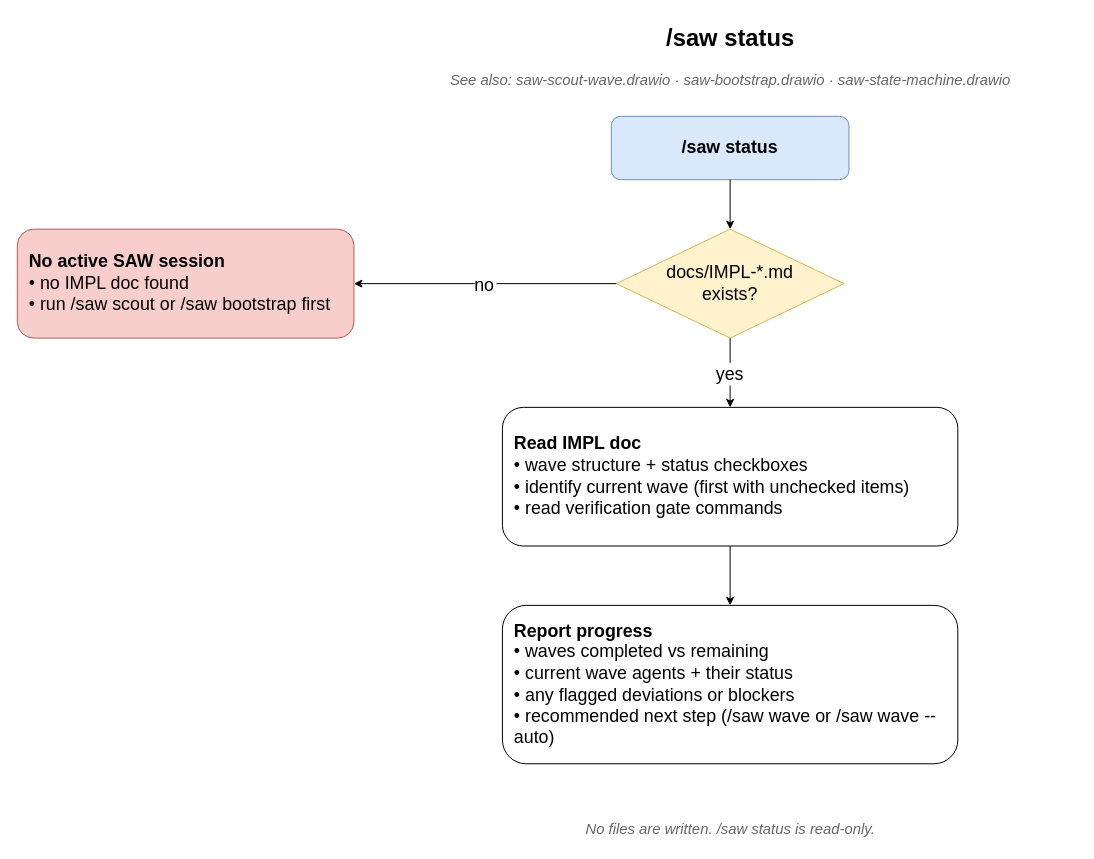
blackwell-systems/scout-and-wave keeps this draw.io diagram as assets/diagrams/polywave-status.drawio. Above is the earlier version. Source tidied: cells renumbered, new cells numbered last; positions are measured from the earlier drawing's top-left corner, leaving out a move shared by most shapes. Both pictures are drawn from the tidied source at 99%, with x=0, y=0 at pixel (17, 17).
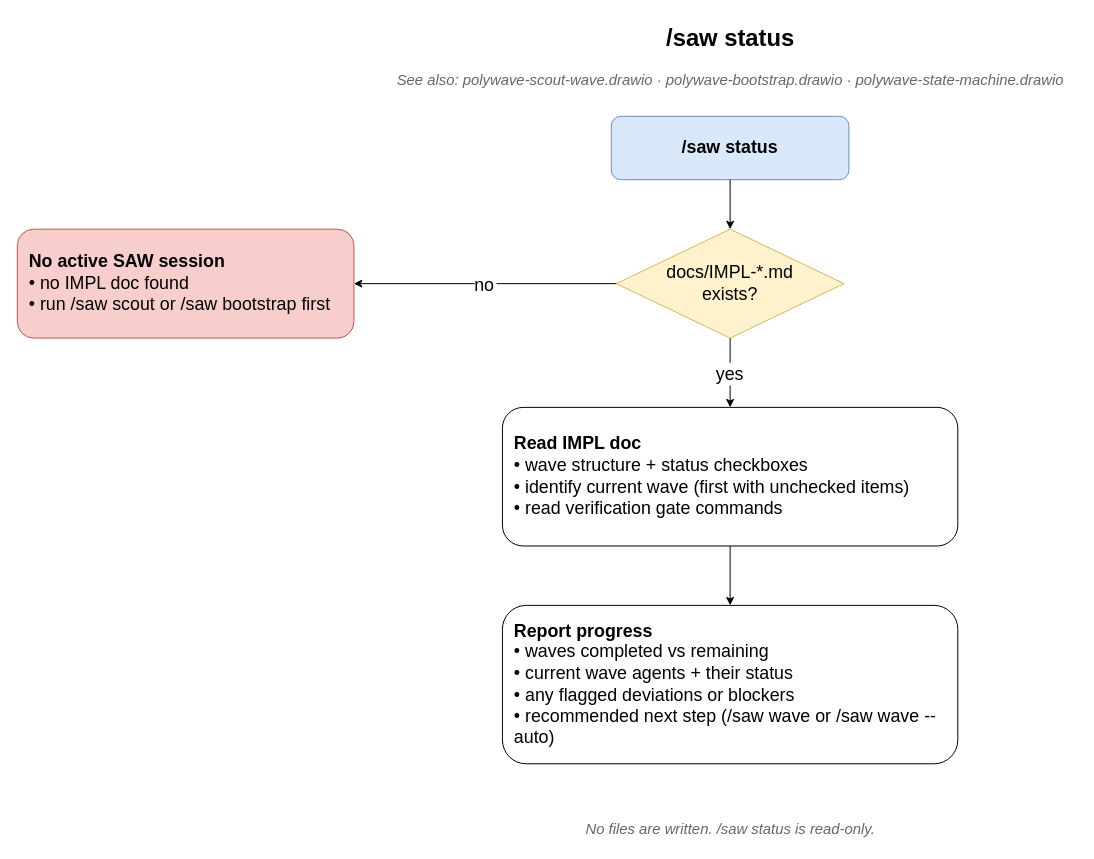
The same page after the edit.

The edit, as a diff of the source:
```diff
@@
 <mxGraphModel>
   <root>
     <mxCell id="0" />
     <mxCell id="1" parent="0" />
     <mxCell id="2" value="/saw status" style="text;html=1;align=center;fontStyle=1;fontSize=24;strokeColor=none;fillColor=none;" parent="1" vertex="1">
       <mxGeometry x="570" width="300" height="40" as="geometry" />
     </mxCell>
-    <mxCell id="3" value="See also: saw-scout-wave.drawio · saw-bootstrap.drawio · saw-state-machine.drawio" style="text;html=1;align=center;fontSize=15;strokeColor=none;fillColor=none;fontColor=#666666;fontStyle=2;" parent="1" vertex="1">
+    <mxCell id="3" value="See also: polywave-scout-wave.drawio · polywave-bootstrap.drawio · polywave-state-machine.drawio" style="text;html=1;align=center;fontSize=15;strokeColor=none;fillColor=none;fontColor=#666666;fontStyle=2;" parent="1" vertex="1">
       <mxGeometry x="370" y="48" width="700" height="30" as="geometry" />
     </mxCell>
     <mxCell id="4" value="/saw status" style="rounded=1;whiteSpace=wrap;html=1;fillColor=#dae8fc;strokeColor=#6c8ebf;fontStyle=1;fontSize=18;" parent="1" vertex="1">
       <mxGeometry x="600" y="100" width="240" height="64" as="geometry" />
     </mxCell>
     <mxCell id="5" value="docs/IMPL-*.md&#10;exists?" style="rhombus;whiteSpace=wrap;html=1;fillColor=#fff2cc;strokeColor=#d6b656;fontSize=18;" parent="1" vertex="1">
       <mxGeometry x="605" y="214" width="230" height="110" as="geometry" />
     </mxCell>
     <mxCell id="6" style="edgeStyle=orthogonalEdgeStyle;fontSize=18;" parent="1" edge="1" source="4" target="5">
       <mxGeometry relative="1" as="geometry" />
     </mxCell>
     <mxCell id="7" value="&lt;b&gt;No active SAW session&lt;/b&gt;&lt;br&gt;• no IMPL doc found&lt;br&gt;• run /saw scout or /saw bootstrap first" style="rounded=1;whiteSpace=wrap;html=1;fillColor=#f8cecc;strokeColor=#b85450;fontSize=18;align=left;spacingLeft=10;" parent="1" vertex="1">
       <mxGeometry y="214" width="340" height="110" as="geometry" />
     </mxCell>
     <mxCell id="8" value="no" style="edgeStyle=orthogonalEdgeStyle;exitX=0;exitY=0.5;exitDx=0;exitDy=0;fontSize=18;" parent="1" edge="1" source="5" target="7">
       <mxGeometry relative="1" as="geometry" />
     </mxCell>
     <mxCell id="9" value="&lt;b&gt;Read IMPL doc&lt;/b&gt;&lt;br&gt;• wave structure + status checkboxes&lt;br&gt;• identify current wave (first with unchecked items)&lt;br&gt;• read verification gate commands" style="rounded=1;whiteSpace=wrap;html=1;fontSize=18;align=left;spacingLeft=10;" parent="1" vertex="1">
       <mxGeometry x="490" y="394" width="460" height="140" as="geometry" />
     </mxCell>
     <mxCell id="10" value="yes" style="edgeStyle=orthogonalEdgeStyle;exitX=0.5;exitY=1;exitDx=0;exitDy=0;fontSize=18;" parent="1" edge="1" source="5" target="9">
       <mxGeometry relative="1" as="geometry" />
     </mxCell>
     <mxCell id="11" value="&lt;b&gt;Report progress&lt;/b&gt;&lt;br&gt;• waves completed vs remaining&lt;br&gt;• current wave agents + their status&lt;br&gt;• any flagged deviations or blockers&lt;br&gt;• recommended next step (/saw wave or /saw wave --auto)" style="rounded=1;whiteSpace=wrap;html=1;fontSize=18;align=left;spacingLeft=10;" parent="1" vertex="1">
       <mxGeometry x="490" y="594" width="460" height="160" as="geometry" />
     </mxCell>
     <mxCell id="12" style="edgeStyle=orthogonalEdgeStyle;fontSize=18;" parent="1" edge="1" source="9" target="11">
       <mxGeometry relative="1" as="geometry" />
     </mxCell>
     <mxCell id="13" value="No files are written. /saw status is read-only." style="text;html=1;align=center;fontSize=15;strokeColor=none;fillColor=none;fontColor=#666666;fontStyle=2;" parent="1" vertex="1">
       <mxGeometry x="470" y="804" width="500" height="30" as="geometry" />
     </mxCell>
   </root>
 </mxGraphModel>
```
